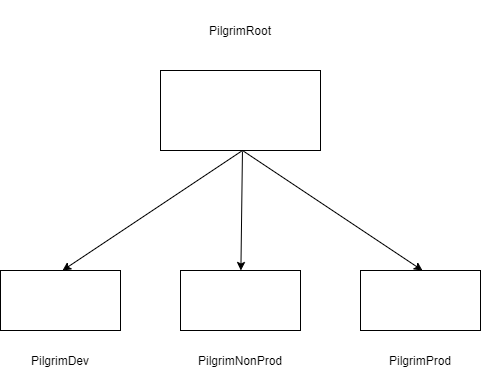
Above: Pilgrim AWS Accounts.png in angushirose/aws_academy (draw.io), before the change. Source tidied: cells renumbered, new cells last; positions are measured from the earlier drawing's top-left corner, leaving out a move shared by most shapes.
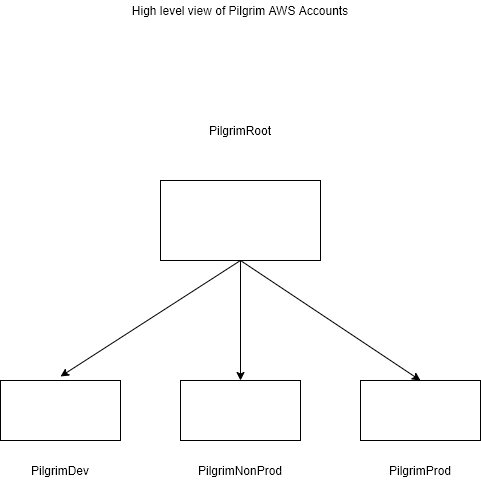
Above is the later version.

Commit message:
Mods to diagram

Change to the diagram source:
```diff
@@ -2,14 +2,17 @@
   <root>
     <mxCell id="0" />
     <mxCell id="1" parent="0" />
+    <mxCell id="17" style="group;" parent="1" vertex="1">
+      <mxGeometry y="110" width="480" height="380" as="geometry" />
+    </mxCell>
-    <mxCell id="2" style="group;fontStyle=4;" parent="1" vertex="1">
-      <mxGeometry x="160" y="70" width="160" height="130" as="geometry" />
+    <mxCell id="2" style="group;" parent="17" vertex="1">
+      <mxGeometry x="160" y="80" width="160" height="130" as="geometry" />
     </mxCell>
     <mxCell id="3" style="rounded=0;whiteSpace=wrap;html=1;" parent="2" vertex="1">
       <mxGeometry width="160" height="80" as="geometry" />
     </mxCell>
-    <mxCell id="4" style="group;" parent="1" vertex="1">
-      <mxGeometry y="270" width="120" height="100" as="geometry" />
+    <mxCell id="4" style="group;" parent="17" vertex="1">
+      <mxGeometry y="280" width="120" height="100" as="geometry" />
     </mxCell>
     <mxCell id="5" style="rounded=0;whiteSpace=wrap;html=1;" parent="4" vertex="1">
       <mxGeometry width="120" height="60" as="geometry" />
@@ -17,8 +20,8 @@
     <mxCell id="6" value="PilgrimDev" style="text;html=1;strokeColor=none;fillColor=none;align=center;verticalAlign=middle;whiteSpace=wrap;rounded=0;" parent="4" vertex="1">
       <mxGeometry x="40" y="80" width="40" height="20" as="geometry" />
     </mxCell>
-    <mxCell id="7" style="group;" parent="1" vertex="1">
-      <mxGeometry x="360" y="270" width="120" height="100" as="geometry" />
+    <mxCell id="7" style="group;" parent="17" vertex="1">
+      <mxGeometry x="360" y="280" width="120" height="100" as="geometry" />
     </mxCell>
     <mxCell id="8" style="rounded=0;whiteSpace=wrap;html=1;" parent="7" vertex="1">
       <mxGeometry width="120" height="60" as="geometry" />
@@ -26,8 +29,8 @@
     <mxCell id="9" value="PilgrimProd" style="text;html=1;strokeColor=none;fillColor=none;align=center;verticalAlign=middle;whiteSpace=wrap;rounded=0;" parent="7" vertex="1">
       <mxGeometry x="40" y="80" width="40" height="20" as="geometry" />
     </mxCell>
-    <mxCell id="10" style="group;" parent="1" vertex="1">
-      <mxGeometry x="180" y="270" width="120" height="100" as="geometry" />
+    <mxCell id="10" style="group;" parent="17" vertex="1">
+      <mxGeometry x="180" y="280" width="120" height="100" as="geometry" />
     </mxCell>
     <mxCell id="11" style="rounded=0;whiteSpace=wrap;html=1;" parent="10" vertex="1">
       <mxGeometry width="120" height="60" as="geometry" />
@@ -35,25 +38,26 @@
     <mxCell id="12" value="PilgrimNonProd" style="text;html=1;strokeColor=none;fillColor=none;align=center;verticalAlign=middle;whiteSpace=wrap;rounded=0;" parent="10" vertex="1">
       <mxGeometry x="40" y="80" width="40" height="20" as="geometry" />
     </mxCell>
-    <mxCell id="13" style="endArrow=classic;html=1;entryX=0.5;entryY=0;entryDx=0;entryDy=0;" parent="1" edge="1">
-      <mxGeometry relative="1" as="geometry">
-        <mxPoint x="242" y="150" as="sourcePoint" />
-        <mxPoint x="62" y="270" as="targetPoint" />
-      </mxGeometry>
-    </mxCell>
-    <mxCell id="14" style="endArrow=classic;html=1;exitX=0.433;exitY=0.017;exitDx=0;exitDy=0;exitPerimeter=0;" parent="1" edge="1" target="11">
-      <mxGeometry relative="1" as="geometry">
-        <mxPoint x="242" y="151" as="sourcePoint" />
-      </mxGeometry>
-    </mxCell>
-    <mxCell id="15" style="endArrow=classic;html=1;entryX=0.5;entryY=0;entryDx=0;entryDy=0;" parent="1" edge="1">
-      <mxGeometry relative="1" as="geometry">
-        <mxPoint x="242" y="150" as="sourcePoint" />
-        <mxPoint x="422" y="270" as="targetPoint" />
-      </mxGeometry>
-    </mxCell>
+    <mxCell id="18" style="endArrow=classic;html=1;exitX=0.5;exitY=1;exitDx=0;exitDy=0;" parent="17" edge="1" source="3">
+      <mxGeometry relative="1" as="geometry">
+        <mxPoint x="60" y="276" as="targetPoint" />
+      </mxGeometry>
+    </mxCell>
-    <mxCell id="16" value="PilgrimRoot" style="text;html=1;strokeColor=none;fillColor=none;align=center;verticalAlign=middle;whiteSpace=wrap;rounded=0;" parent="1" vertex="1">
+    <mxCell id="16" value="PilgrimRoot" style="text;html=1;strokeColor=none;fillColor=none;align=center;verticalAlign=middle;whiteSpace=wrap;rounded=0;" parent="17" vertex="1">
       <mxGeometry x="180" width="120" height="60" as="geometry" />
     </mxCell>
+    <mxCell id="19" style="endArrow=classic;html=1;entryX=0.5;entryY=0;entryDx=0;entryDy=0;" parent="17" edge="1" target="8">
+      <mxGeometry relative="1" as="geometry">
+        <mxPoint x="240" y="160" as="sourcePoint" />
+      </mxGeometry>
+    </mxCell>
+    <mxCell id="20" style="endArrow=classic;html=1;entryX=0.5;entryY=0;entryDx=0;entryDy=0;" parent="17" edge="1" target="11">
+      <mxGeometry relative="1" as="geometry">
+        <mxPoint x="240" y="160" as="sourcePoint" />
+      </mxGeometry>
+    </mxCell>
+    <mxCell id="21" value="High level view of Pilgrim AWS Accounts" style="text;html=1;strokeColor=none;fillColor=none;align=center;verticalAlign=middle;whiteSpace=wrap;rounded=0;" parent="1" vertex="1">
+      <mxGeometry y="10" width="480" height="20" as="geometry" />
+    </mxCell>
   </root>
 </mxGraphModel>
```
